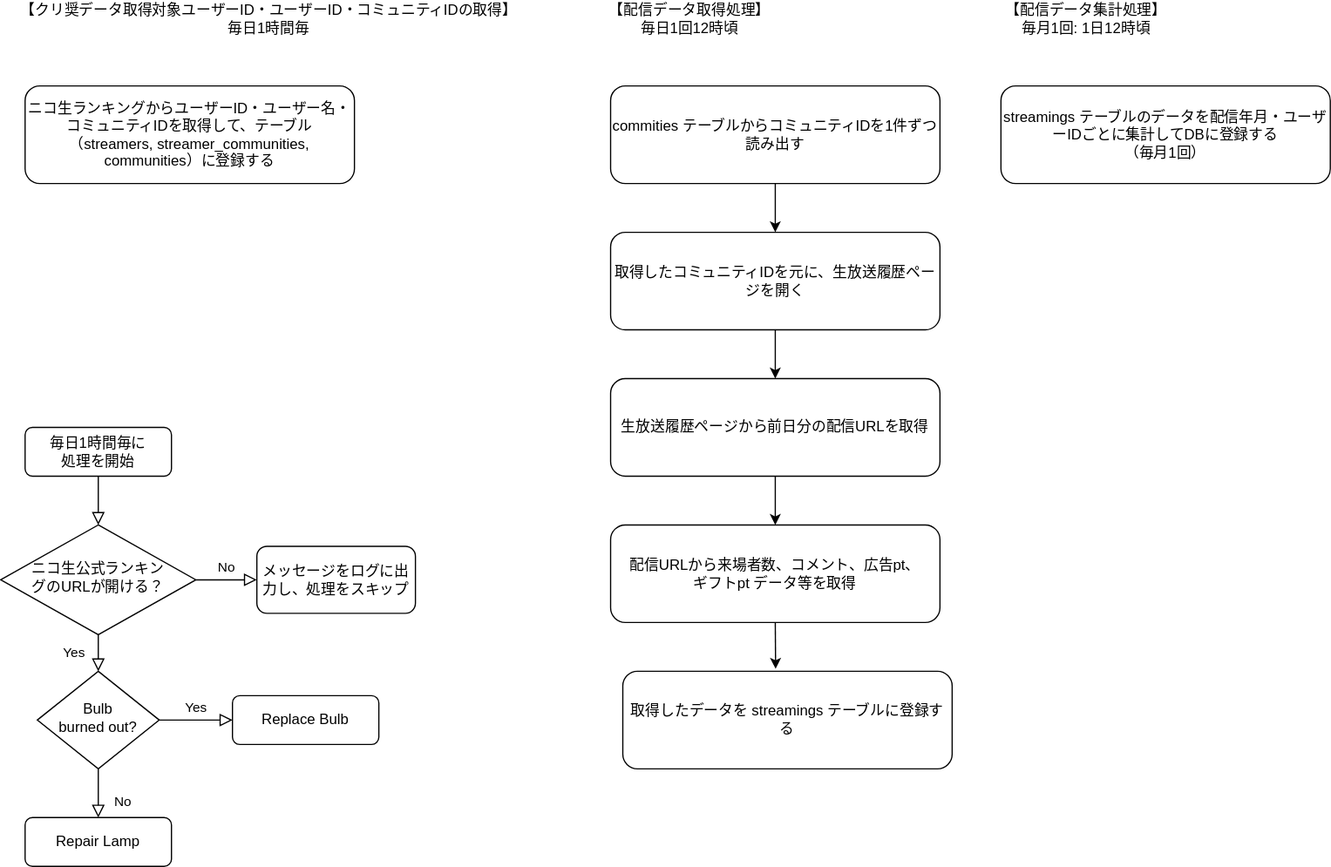
This is 処理フローチャート.drawio.svg from MASA20201203/NicodbLaravel, a draw.io export, as it was before one commit. Source tidied: cells renumbered, new cells last; positions are measured from the earlier drawing's top-left corner, leaving out a move shared by most shapes. The source it was exported from:
```xml
<mxGraphModel>
  <root>
    <mxCell id="0" />
    <mxCell id="1" parent="0" />
    <mxCell id="2" style="rounded=0;html=1;jettySize=auto;fontSize=11;endArrow=block;endFill=0;endSize=8;strokeWidth=1;shadow=0;labelBackgroundColor=none;edgeStyle=orthogonalEdgeStyle;" parent="1" edge="1" source="3" target="6">
      <mxGeometry relative="1" as="geometry" />
    </mxCell>
    <mxCell id="3" value="毎日1時間毎に&lt;br&gt;処理を開始" style="rounded=1;whiteSpace=wrap;html=1;fontSize=12;glass=0;strokeWidth=1;shadow=0;" parent="1" vertex="1">
      <mxGeometry x="20" y="350" width="120" height="40" as="geometry" />
    </mxCell>
    <mxCell id="4" value="Yes" style="rounded=0;html=1;jettySize=auto;fontSize=11;endArrow=block;endFill=0;endSize=8;strokeWidth=1;shadow=0;labelBackgroundColor=none;edgeStyle=orthogonalEdgeStyle;" parent="1" edge="1" source="6" target="10">
      <mxGeometry y="20" relative="1" as="geometry" />
    </mxCell>
    <mxCell id="5" value="No" style="edgeStyle=orthogonalEdgeStyle;rounded=0;html=1;jettySize=auto;fontSize=11;endArrow=block;endFill=0;endSize=8;strokeWidth=1;shadow=0;labelBackgroundColor=none;" parent="1" edge="1" source="6" target="7">
      <mxGeometry y="10" relative="1" as="geometry" />
    </mxCell>
    <mxCell id="6" value="ニコ生公式ランキン&lt;br&gt;グのURLが開ける？" style="rhombus;whiteSpace=wrap;html=1;shadow=0;fontFamily=Helvetica;fontSize=12;align=center;strokeWidth=1;spacing=6;spacingTop=-4;" parent="1" vertex="1">
      <mxGeometry y="430" width="160" height="90" as="geometry" />
    </mxCell>
    <mxCell id="7" value="メッセージをログに出力し、処理をスキップ" style="rounded=1;whiteSpace=wrap;html=1;fontSize=12;glass=0;strokeWidth=1;shadow=0;" parent="1" vertex="1">
      <mxGeometry x="210" y="447.5" width="130" height="55" as="geometry" />
    </mxCell>
    <mxCell id="8" value="No" style="rounded=0;html=1;jettySize=auto;fontSize=11;endArrow=block;endFill=0;endSize=8;strokeWidth=1;shadow=0;labelBackgroundColor=none;edgeStyle=orthogonalEdgeStyle;" parent="1" edge="1" source="10" target="11">
      <mxGeometry x="0.33" y="20" relative="1" as="geometry" />
    </mxCell>
    <mxCell id="9" value="Yes" style="edgeStyle=orthogonalEdgeStyle;rounded=0;html=1;jettySize=auto;fontSize=11;endArrow=block;endFill=0;endSize=8;strokeWidth=1;shadow=0;labelBackgroundColor=none;" parent="1" edge="1" source="10" target="12">
      <mxGeometry y="10" relative="1" as="geometry" />
    </mxCell>
    <mxCell id="10" value="Bulb&lt;br&gt;burned out?" style="rhombus;whiteSpace=wrap;html=1;shadow=0;fontFamily=Helvetica;fontSize=12;align=center;strokeWidth=1;spacing=6;spacingTop=-4;" parent="1" vertex="1">
      <mxGeometry x="30" y="550" width="100" height="80" as="geometry" />
    </mxCell>
    <mxCell id="11" value="Repair Lamp" style="rounded=1;whiteSpace=wrap;html=1;fontSize=12;glass=0;strokeWidth=1;shadow=0;" parent="1" vertex="1">
      <mxGeometry x="20" y="670" width="120" height="40" as="geometry" />
    </mxCell>
    <mxCell id="12" value="Replace Bulb" style="rounded=1;whiteSpace=wrap;html=1;fontSize=12;glass=0;strokeWidth=1;shadow=0;" parent="1" vertex="1">
      <mxGeometry x="190" y="570" width="120" height="40" as="geometry" />
    </mxCell>
    <mxCell id="13" value="【クリ奨データ取得対象ユーザーID・ユーザーID・コミュニティIDの取得】毎日1時間毎" style="text;html=1;strokeColor=none;fillColor=none;align=center;verticalAlign=middle;whiteSpace=wrap;rounded=0;" parent="1" vertex="1">
      <mxGeometry x="10" width="420" height="30" as="geometry" />
    </mxCell>
    <mxCell id="14" value="【配信データ取得処理】&lt;br&gt;毎日1回12時頃" style="text;html=1;strokeColor=none;fillColor=none;align=center;verticalAlign=middle;whiteSpace=wrap;rounded=0;" parent="1" vertex="1">
      <mxGeometry x="490" width="150" height="30" as="geometry" />
    </mxCell>
    <mxCell id="15" value="ニコ生ランキングからユーザーID・ユーザー名・コミュニティIDを取得して、テーブル（streamers, streamer_communities, communities）に登録する" style="rounded=1;whiteSpace=wrap;html=1;fontSize=12;glass=0;strokeWidth=1;shadow=0;" parent="1" vertex="1">
      <mxGeometry x="20" y="70" width="270" height="80" as="geometry" />
    </mxCell>
    <mxCell id="16" style="edgeStyle=orthogonalEdgeStyle;rounded=0;jettySize=auto;html=1;exitX=0.5;exitY=1;exitDx=0;exitDy=0;entryX=0.5;entryY=0;entryDx=0;entryDy=0;" parent="1" edge="1" source="17" target="19">
      <mxGeometry relative="1" as="geometry" />
    </mxCell>
    <mxCell id="17" value="commities テーブルからコミュニティIDを1件ずつ読み出す" style="rounded=1;whiteSpace=wrap;html=1;fontSize=12;glass=0;strokeWidth=1;shadow=0;" parent="1" vertex="1">
      <mxGeometry x="500" y="70" width="270" height="80" as="geometry" />
    </mxCell>
    <mxCell id="18" style="edgeStyle=orthogonalEdgeStyle;rounded=0;jettySize=auto;html=1;exitX=0.5;exitY=1;exitDx=0;exitDy=0;entryX=0.5;entryY=0;entryDx=0;entryDy=0;" parent="1" edge="1" source="19" target="21">
      <mxGeometry relative="1" as="geometry" />
    </mxCell>
    <mxCell id="19" value="取得したコミュニティIDを元に、生放送履歴ページを開く" style="rounded=1;whiteSpace=wrap;html=1;fontSize=12;glass=0;strokeWidth=1;shadow=0;" parent="1" vertex="1">
      <mxGeometry x="500" y="190" width="270" height="80" as="geometry" />
    </mxCell>
    <mxCell id="20" style="edgeStyle=orthogonalEdgeStyle;rounded=0;jettySize=auto;html=1;exitX=0.5;exitY=1;exitDx=0;exitDy=0;entryX=0.5;entryY=0;entryDx=0;entryDy=0;" parent="1" edge="1" source="21" target="22">
      <mxGeometry relative="1" as="geometry" />
    </mxCell>
    <mxCell id="21" value="生放送履歴ページから前日分の配信URLを取得" style="rounded=1;whiteSpace=wrap;html=1;fontSize=12;glass=0;strokeWidth=1;shadow=0;" parent="1" vertex="1">
      <mxGeometry x="500" y="310" width="270" height="80" as="geometry" />
    </mxCell>
    <mxCell id="22" value="配信URLから来場者数、コメント、広告pt、&lt;br&gt;ギフトpt データ等を取得" style="rounded=1;whiteSpace=wrap;html=1;fontSize=12;glass=0;strokeWidth=1;shadow=0;" parent="1" vertex="1">
      <mxGeometry x="500" y="430" width="270" height="80" as="geometry" />
    </mxCell>
    <mxCell id="23" value="取得したデータを streamings テーブルに登録する" style="rounded=1;whiteSpace=wrap;html=1;fontSize=12;glass=0;strokeWidth=1;shadow=0;" parent="1" vertex="1">
      <mxGeometry x="510" y="550" width="270" height="80" as="geometry" />
    </mxCell>
    <mxCell id="24" style="edgeStyle=orthogonalEdgeStyle;rounded=0;jettySize=auto;html=1;exitX=0.5;exitY=1;exitDx=0;exitDy=0;entryX=0.464;entryY=-0.025;entryDx=0;entryDy=0;entryPerimeter=0;" parent="1" edge="1" source="22" target="23">
      <mxGeometry relative="1" as="geometry" />
    </mxCell>
    <mxCell id="25" value="【配信データ集計処理】&lt;br&gt;毎月1回: 1日12時頃" style="text;html=1;strokeColor=none;fillColor=none;align=center;verticalAlign=middle;whiteSpace=wrap;rounded=0;" parent="1" vertex="1">
      <mxGeometry x="820" width="140" height="30" as="geometry" />
    </mxCell>
    <mxCell id="26" value="streamings テーブルのデータを配信年月・ユーザーIDごとに集計してDBに登録する&lt;br&gt;（毎月1回）" style="rounded=1;whiteSpace=wrap;html=1;fontSize=12;glass=0;strokeWidth=1;shadow=0;" parent="1" vertex="1">
      <mxGeometry x="820" y="70" width="270" height="80" as="geometry" />
    </mxCell>
  </root>
</mxGraphModel>
```
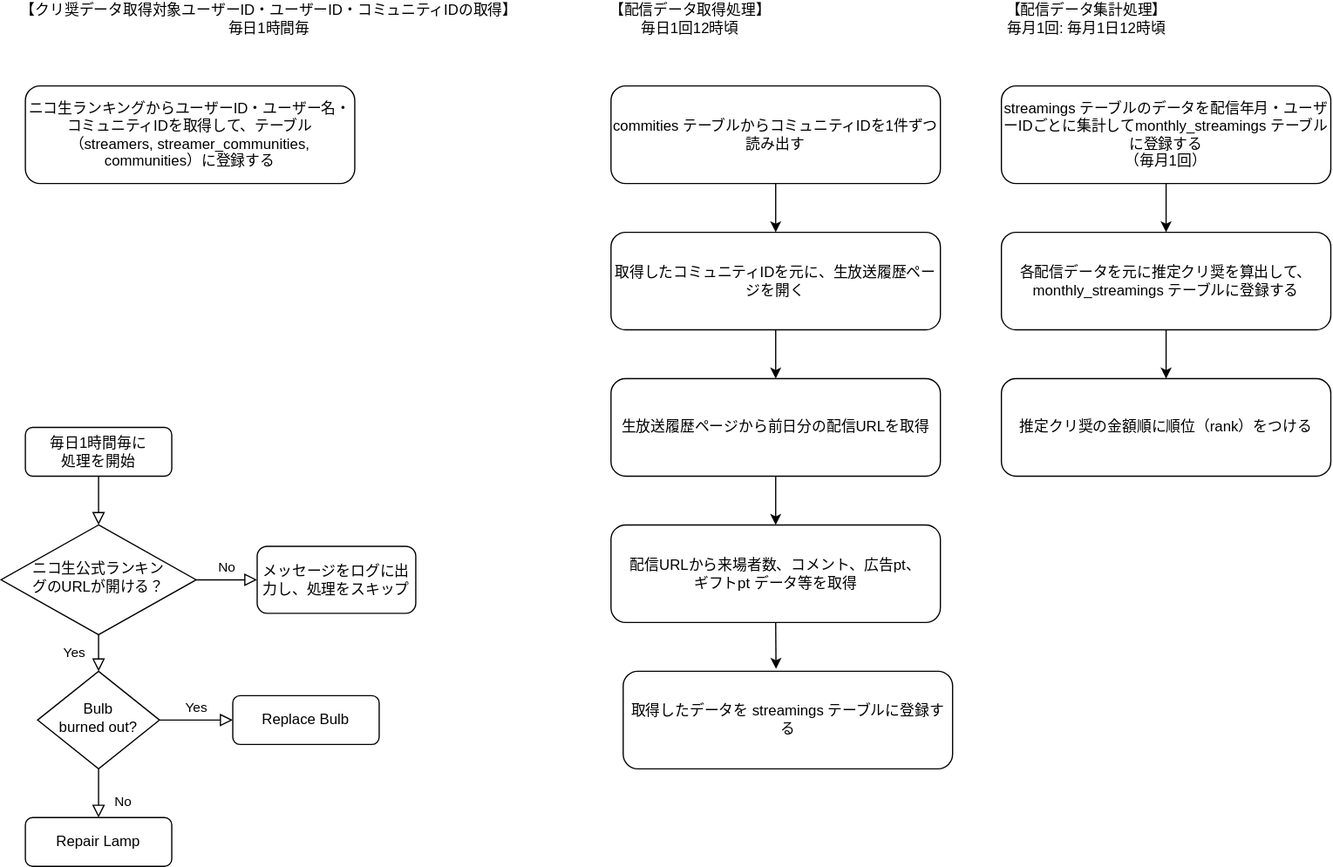
The same file after the commit.

Commit message:
配信データ集計処理を追加

What changed in the source:
```diff
@@ -71,11 +71,23 @@
     <mxCell id="24" style="edgeStyle=orthogonalEdgeStyle;rounded=0;jettySize=auto;html=1;exitX=0.5;exitY=1;exitDx=0;exitDy=0;entryX=0.464;entryY=-0.025;entryDx=0;entryDy=0;entryPerimeter=0;" parent="1" edge="1" source="22" target="23">
       <mxGeometry relative="1" as="geometry" />
     </mxCell>
-    <mxCell id="25" value="【配信データ集計処理】&lt;br&gt;毎月1回: 1日12時頃" style="text;html=1;strokeColor=none;fillColor=none;align=center;verticalAlign=middle;whiteSpace=wrap;rounded=0;" parent="1" vertex="1">
+    <mxCell id="25" value="【配信データ集計処理】&lt;br&gt;毎月1回: 毎月1日12時頃" style="text;html=1;strokeColor=none;fillColor=none;align=center;verticalAlign=middle;whiteSpace=wrap;rounded=0;" parent="1" vertex="1">
       <mxGeometry x="820" width="140" height="30" as="geometry" />
     </mxCell>
+    <mxCell id="27" style="edgeStyle=orthogonalEdgeStyle;rounded=0;jettySize=auto;html=1;entryX=0.5;entryY=0;entryDx=0;entryDy=0;" parent="1" edge="1" source="26" target="30">
+      <mxGeometry relative="1" as="geometry" />
+    </mxCell>
-    <mxCell id="26" value="streamings テーブルのデータを配信年月・ユーザーIDごとに集計してDBに登録する&lt;br&gt;（毎月1回）" style="rounded=1;whiteSpace=wrap;html=1;fontSize=12;glass=0;strokeWidth=1;shadow=0;" parent="1" vertex="1">
+    <mxCell id="26" value="streamings テーブルのデータを配信年月・ユーザーIDごとに集計してmonthly_streamings テーブルに登録する&lt;br&gt;（毎月1回）" style="rounded=1;whiteSpace=wrap;html=1;fontSize=12;glass=0;strokeWidth=1;shadow=0;" parent="1" vertex="1">
       <mxGeometry x="820" y="70" width="270" height="80" as="geometry" />
     </mxCell>
+    <mxCell id="28" value="推定クリ奨の金額順に順位（rank）をつける" style="rounded=1;whiteSpace=wrap;html=1;fontSize=12;glass=0;strokeWidth=1;shadow=0;" parent="1" vertex="1">
+      <mxGeometry x="820" y="310" width="270" height="80" as="geometry" />
+    </mxCell>
+    <mxCell id="29" style="edgeStyle=orthogonalEdgeStyle;rounded=0;jettySize=auto;html=1;entryX=0.5;entryY=0;entryDx=0;entryDy=0;" parent="1" edge="1" source="30" target="28">
+      <mxGeometry relative="1" as="geometry" />
+    </mxCell>
+    <mxCell id="30" value="各配信データを元に推定クリ奨を算出して、monthly_streamings テーブルに登録する" style="rounded=1;whiteSpace=wrap;html=1;fontSize=12;glass=0;strokeWidth=1;shadow=0;" parent="1" vertex="1">
+      <mxGeometry x="820" y="190" width="270" height="80" as="geometry" />
+    </mxCell>
   </root>
 </mxGraphModel>
```
